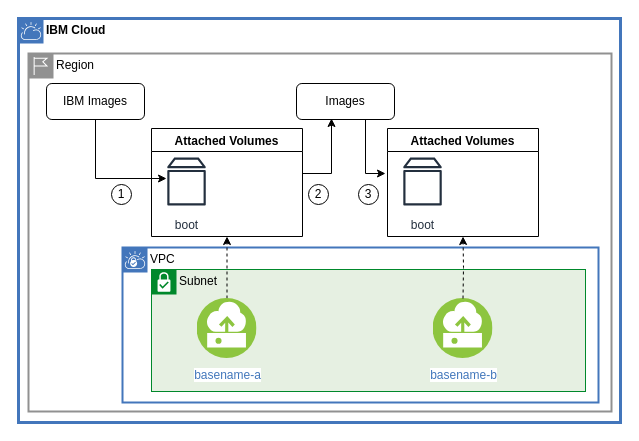
The draw.io diagram architecture.drawio in powellquiring/ibm-image-from-volume, before the edit. Source tidied: cells renumbered, new cells numbered last; positions are measured from the earlier drawing's top-left corner, leaving out a move shared by most shapes. Both pictures are drawn from the tidied source at 100%, with x=0, y=0 at pixel (18, 18).
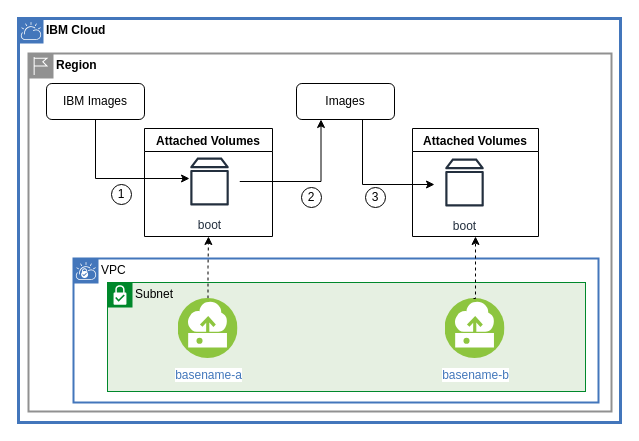
After the change.

Unchanged cells that the change refers to:
```xml
<mxCell id="11" value="Images" style="rounded=1;whiteSpace=wrap;html=1;" parent="1" vertex="1">
  <mxGeometry x="278" y="65" width="98" height="36" as="geometry" />
</mxCell>
```

Change to the diagram source:
```diff
@@
-    <mxCell id="3" value="Region" style="shape=mxgraph.ibm.box;prType=region;fontStyle=0;verticalAlign=top;align=left;spacingLeft=32;spacingTop=4;rounded=0;whiteSpace=wrap;html=1;strokeColor=#919191;strokeWidth=2;dashed=0;spacing=-4;fillColor=none;" parent="1" vertex="1">
+    <mxCell id="3" value="&lt;span&gt;Region&lt;/span&gt;" style="shape=mxgraph.ibm.box;prType=region;fontStyle=1;verticalAlign=top;align=left;spacingLeft=32;spacingTop=4;rounded=0;whiteSpace=wrap;html=1;strokeColor=#919191;strokeWidth=2;dashed=0;spacing=-4;fillColor=none;" parent="1" vertex="1">
       <mxGeometry x="10" y="35" width="583" height="358" as="geometry" />
     </mxCell>
     <mxCell id="4" value="VPC" style="shape=mxgraph.ibm.box;prType=vpc;fontStyle=0;verticalAlign=top;align=left;spacingLeft=32;spacingTop=4;fillColor=none;rounded=0;whiteSpace=wrap;html=1;strokeColor=#4376BB;strokeWidth=2;dashed=0;spacing=-4;" parent="1" vertex="1">
-      <mxGeometry x="104" y="229" width="476" height="155" as="geometry" />
+      <mxGeometry x="55" y="240" width="525" height="144" as="geometry" />
     </mxCell>
     <mxCell id="5" value="Subnet" style="shape=mxgraph.ibm.box;prType=subnet;fontStyle=0;verticalAlign=top;align=left;spacingLeft=32;spacingTop=4;fillColor=#E6F0E2;rounded=0;whiteSpace=wrap;html=1;strokeColor=#00882B;strokeWidth=1;dashed=0;spacing=-4;" parent="1" vertex="1">
-      <mxGeometry x="133" y="251" width="434" height="122" as="geometry" />
+      <mxGeometry x="89" y="264" width="478" height="109" as="geometry" />
     </mxCell>
-    <mxCell id="6" style="edgeStyle=orthogonalEdgeStyle;rounded=0;orthogonalLoop=1;jettySize=auto;html=1;" parent="1" edge="1">
-      <mxGeometry relative="1" as="geometry">
-        <mxPoint x="284" y="155" as="sourcePoint" />
-        <mxPoint x="313" y="100" as="targetPoint" />
-        <Array as="points">
-          <mxPoint x="313" y="155" />
-          <mxPoint x="313" y="100" />
-        </Array>
-      </mxGeometry>
-    </mxCell>
+    <mxCell id="22" style="edgeStyle=orthogonalEdgeStyle;rounded=0;jettySize=auto;html=1;entryX=0.25;entryY=1;entryDx=0;entryDy=0;" parent="1" edge="1" source="7" target="11">
+      <mxGeometry relative="1" as="geometry" />
+    </mxCell>
     <mxCell id="7" value="boot" style="outlineConnect=0;fontColor=#232F3E;gradientColor=none;strokeColor=#232F3E;fillColor=#ffffff;dashed=0;verticalLabelPosition=bottom;verticalAlign=top;align=center;html=1;fontSize=12;fontStyle=0;shape=mxgraph.aws4.resourceIcon;resIcon=mxgraph.aws4.volume;" parent="1" vertex="1">
-      <mxGeometry x="138" y="133" width="60" height="60" as="geometry" />
+      <mxGeometry x="161" y="133" width="60" height="60" as="geometry" />
     </mxCell>
@@
-    <mxCell id="10" style="edgeStyle=orthogonalEdgeStyle;rounded=0;jettySize=auto;html=1;" parent="1" edge="1" source="11">
-      <mxGeometry relative="1" as="geometry">
-        <mxPoint x="367" y="155" as="targetPoint" />
-        <Array as="points">
-          <mxPoint x="347" y="155" />
-        </Array>
-      </mxGeometry>
-    </mxCell>
+    <mxCell id="23" style="edgeStyle=orthogonalEdgeStyle;rounded=0;jettySize=auto;html=1;" parent="1" edge="1" source="11" target="19">
+      <mxGeometry relative="1" as="geometry">
+        <Array as="points">
+          <mxPoint x="344" y="166" />
+        </Array>
+      </mxGeometry>
+    </mxCell>
@@
     <mxCell id="13" value="2" style="ellipse;whiteSpace=wrap;html=1;fillColor=none;" parent="1" vertex="1">
-      <mxGeometry x="290" y="166" width="20" height="20" as="geometry" />
+      <mxGeometry x="283" y="169" width="20" height="20" as="geometry" />
     </mxCell>
     <mxCell id="14" value="3" style="ellipse;whiteSpace=wrap;html=1;fillColor=none;" parent="1" vertex="1">
-      <mxGeometry x="340" y="166" width="20" height="20" as="geometry" />
+      <mxGeometry x="347" y="169" width="20" height="20" as="geometry" />
     </mxCell>
     <mxCell id="15" value="Attached Volumes" style="swimlane;" parent="1" vertex="1">
-      <mxGeometry x="133" y="110" width="151" height="108" as="geometry" />
+      <mxGeometry x="126" y="110" width="128" height="108" as="geometry" />
     </mxCell>
@@
     <mxCell id="17" value="basename-a" style="perimeter=ellipsePerimeter;html=1;align=center;shadow=0;dashed=0;fontColor=#4277BB;labelBackgroundColor=#ffffff;fontSize=12;spacingTop=3;image;image=img/lib/ibm/vpc/Instance.svg;" parent="1" vertex="1">
-      <mxGeometry x="178.5" y="280" width="60" height="60" as="geometry" />
+      <mxGeometry x="159.5" y="280" width="60" height="60" as="geometry" />
     </mxCell>
     <mxCell id="18" value="basename-b" style="perimeter=ellipsePerimeter;html=1;align=center;shadow=0;dashed=0;fontColor=#4277BB;labelBackgroundColor=#ffffff;fontSize=12;spacingTop=3;image;image=img/lib/ibm/vpc/Instance.svg;" parent="1" vertex="1">
-      <mxGeometry x="414.5" y="280" width="60" height="60" as="geometry" />
+      <mxGeometry x="426.5" y="280" width="60" height="60" as="geometry" />
     </mxCell>
+    <mxCell id="20" value="Attached Volumes" style="swimlane;" parent="1" vertex="1">
+      <mxGeometry x="394" y="110" width="126" height="108" as="geometry" />
+    </mxCell>
-    <mxCell id="19" value="boot" style="outlineConnect=0;fontColor=#232F3E;gradientColor=none;strokeColor=#232F3E;fillColor=#ffffff;dashed=0;verticalLabelPosition=bottom;verticalAlign=top;align=center;html=1;fontSize=12;fontStyle=0;shape=mxgraph.aws4.resourceIcon;resIcon=mxgraph.aws4.volume;" parent="1" vertex="1">
-      <mxGeometry x="374" y="133" width="60" height="60" as="geometry" />
+    <mxCell id="19" value="boot" style="outlineConnect=0;fontColor=#232F3E;gradientColor=none;strokeColor=#232F3E;fillColor=#ffffff;dashed=0;verticalLabelPosition=bottom;verticalAlign=top;align=center;html=1;fontSize=12;fontStyle=0;shape=mxgraph.aws4.resourceIcon;resIcon=mxgraph.aws4.volume;" parent="20" vertex="1">
+      <mxGeometry x="22" y="24" width="60" height="60" as="geometry" />
     </mxCell>
-    <mxCell id="20" value="Attached Volumes" style="swimlane;" parent="1" vertex="1">
-      <mxGeometry x="369" y="110" width="151" height="108" as="geometry" />
-    </mxCell>
     <mxCell id="21" style="edgeStyle=orthogonalEdgeStyle;rounded=0;jettySize=auto;html=1;entryX=0.5;entryY=1;entryDx=0;entryDy=0;dashed=1;" parent="1" edge="1" target="20">
       <mxGeometry relative="1" as="geometry">
-        <mxPoint x="444.5" y="280" as="sourcePoint" />
+        <mxPoint x="455" y="280" as="sourcePoint" />
+        <Array as="points">
+          <mxPoint x="455" y="280" />
+        </Array>
       </mxGeometry>
     </mxCell>
```
